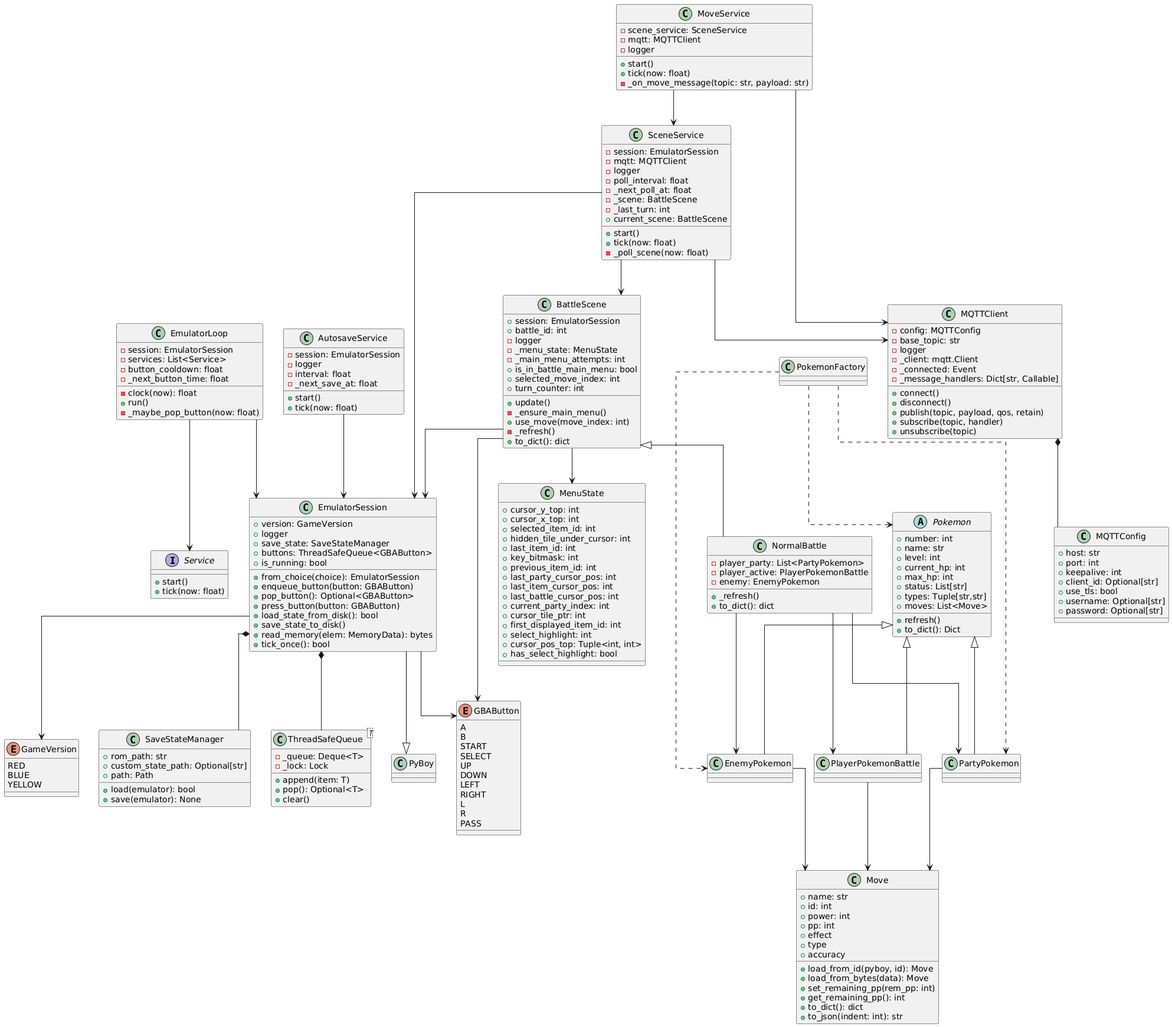
Earlier version of the PlantUML export doc/UML_CLASS.png (irdof321/pokemon-yellow-bot).
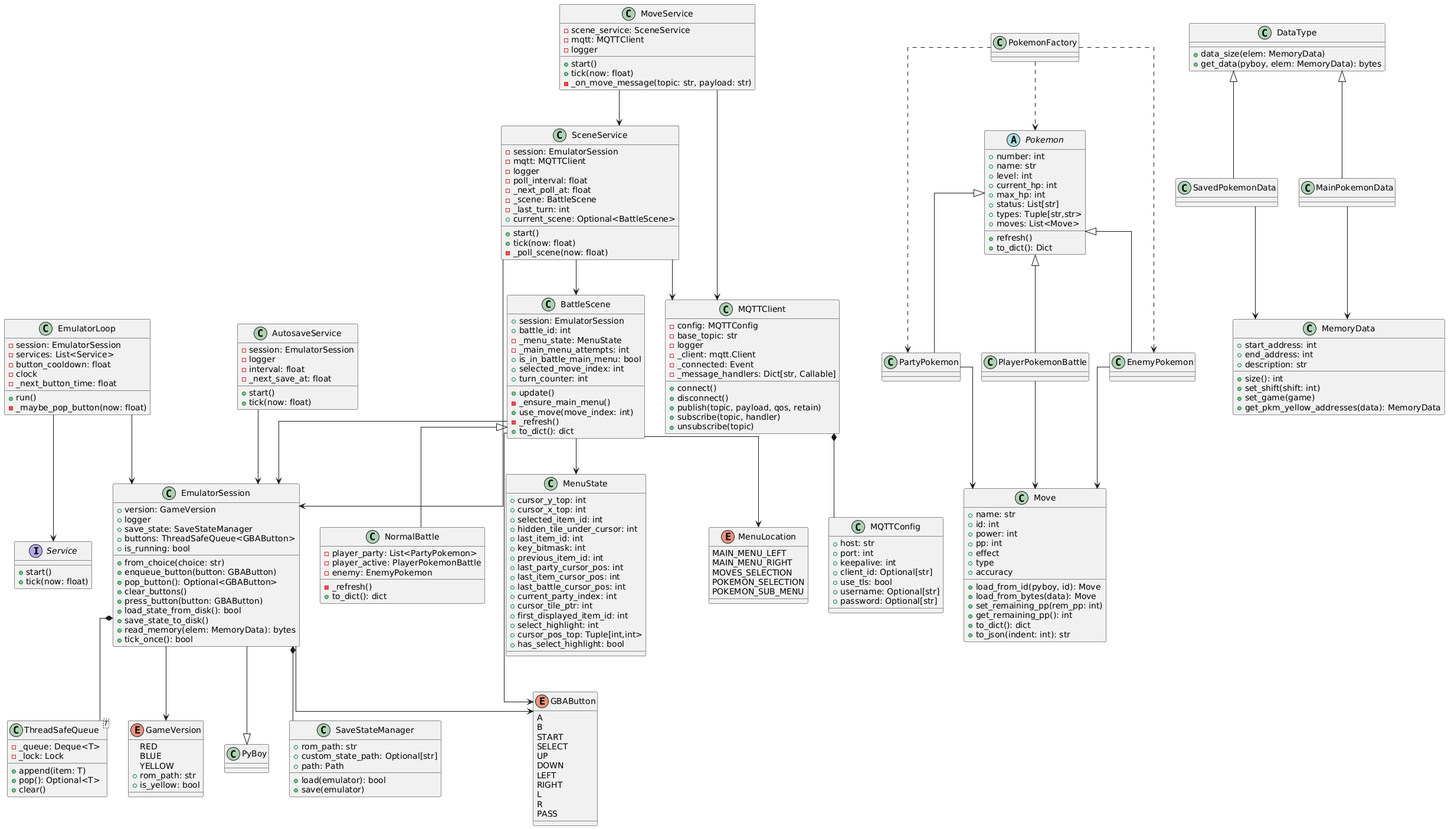
After the commit.

What changed in the source:
```diff
@@ -6,40 +6,14 @@
   +tick(now: float)
 }
 
-enum GameVersion {
-  RED
-  BLUE
-  YELLOW
-}
-
-enum GBAButton {
-  A
-  B
-  START
-  SELECT
-  UP
-  DOWN
-  LEFT
-  RIGHT
-  L
-  R
-  PASS
-}
-
-class SaveStateManager {
-  +rom_path: str
-  +custom_state_path: Optional[str]
-  +path: Path
-  +load(emulator): bool
-  +save(emulator): None
-}
-
-class "ThreadSafeQueue<T>" as ThreadSafeQueue {
-  -_queue: Deque<T>
-  -_lock: Lock
-  +append(item: T)
-  +pop(): Optional<T>
-  +clear()
+class EmulatorLoop {
+  -session: EmulatorSession
+  -services: List<Service>
+  -button_cooldown: float
+  -clock
+  -_next_button_time: float
+  +run()
+  -_maybe_pop_button(now: float)
 }
 
 class EmulatorSession {
@@ -48,9 +22,10 @@
   +save_state: SaveStateManager
   +buttons: ThreadSafeQueue<GBAButton>
   +is_running: bool
-  +from_choice(choice): EmulatorSession
+  +from_choice(choice: str)
   +enqueue_button(button: GBAButton)
   +pop_button(): Optional<GBAButton>
+  +clear_buttons()
   +press_button(button: GBAButton)
   +load_state_from_disk(): bool
   +save_state_to_disk()
@@ -58,22 +33,35 @@
   +tick_once(): bool
 }
 
+class SaveStateManager {
+  +rom_path: str
+  +custom_state_path: Optional[str]
+  +path: Path
+  +load(emulator): bool
+  +save(emulator)
+}
+
+class ThreadSafeQueue<T> {
+  -_queue: Deque<T>
+  -_lock: Lock
+  +append(item: T)
+  +pop(): Optional<T>
+  +clear()
+}
+
+enum GameVersion {
+  RED
+  BLUE
+  YELLOW
+  +rom_path: str
+  +is_yellow: bool
+}
+
 EmulatorSession --|> PyBoy
 EmulatorSession *-- SaveStateManager
 EmulatorSession *-- ThreadSafeQueue
 EmulatorSession --> GameVersion
 EmulatorSession --> GBAButton
-
-class EmulatorLoop {
-  -session: EmulatorSession
-  -services: List<Service>
-  -button_cooldown: float
-  -clock(now): float
-  -_next_button_time: float
-  +run()
-  -_maybe_pop_button(now: float)
-}
-
 EmulatorLoop --> EmulatorSession
 EmulatorLoop --> Service
 
@@ -86,7 +74,35 @@
   +tick(now: float)
 }
 
+class SceneService {
+  -session: EmulatorSession
+  -mqtt: MQTTClient
+  -logger
+  -poll_interval: float
+  -_next_poll_at: float
+  -_scene: BattleScene
+  -_last_turn: int
+  +start()
+  +tick(now: float)
+  -_poll_scene(now: float)
+  +current_scene: Optional<BattleScene>
+}
+
+class MoveService {
+  -scene_service: SceneService
+  -mqtt: MQTTClient
+  -logger
+  +start()
+  +tick(now: float)
+  -_on_move_message(topic: str, payload: str)
+}
+
 AutosaveService --> EmulatorSession
+SceneService --> EmulatorSession
+SceneService --> MQTTClient
+SceneService --> BattleScene
+MoveService --> SceneService
+MoveService --> MQTTClient
 
 class MQTTConfig {
   +host: str
@@ -114,40 +130,17 @@
 
 MQTTClient *-- MQTTConfig
 
-class SceneService {
-  -session: EmulatorSession
-  -mqtt: MQTTClient
-  -logger
-  -poll_interval: float
-  -_next_poll_at: float
-  -_scene: BattleScene
-  -_last_turn: int
-  +start()
-  +tick(now: float)
-  -_poll_scene(now: float)
-  +current_scene: BattleScene
+enum MenuLocation {
+  MAIN_MENU_LEFT
+  MAIN_MENU_RIGHT
+  MOVES_SELECTION
+  POKEMON_SELECTION
+  POKEMON_SUB_MENU
 }
-
-SceneService --> EmulatorSession
-SceneService --> MQTTClient
-SceneService --> BattleScene
-
-class MoveService {
-  -scene_service: SceneService
-  -mqtt: MQTTClient
-  -logger
-  +start()
-  +tick(now: float)
-  -_on_move_message(topic: str, payload: str)
-}
-
-MoveService --> SceneService
-MoveService --> MQTTClient
 
 class BattleScene {
   +session: EmulatorSession
   +battle_id: int
-  -logger
   -_menu_state: MenuState
   -_main_menu_attempts: int
   +update()
@@ -164,17 +157,15 @@
   -player_party: List<PartyPokemon>
   -player_active: PlayerPokemonBattle
   -enemy: EnemyPokemon
-  +_refresh()
+  -_refresh()
   +to_dict(): dict
 }
 
 BattleScene <|-- NormalBattle
 BattleScene --> EmulatorSession
 BattleScene --> MenuState
+BattleScene --> MenuLocation
 BattleScene --> GBAButton
-NormalBattle --> PartyPokemon
-NormalBattle --> PlayerPokemonBattle
-NormalBattle --> EnemyPokemon
 
 class MenuState {
   +cursor_y_top: int
@@ -191,7 +182,7 @@
   +cursor_tile_ptr: int
   +first_displayed_item_id: int
   +select_highlight: int
-  +cursor_pos_top: Tuple<int, int>
+  +cursor_pos_top: Tuple[int,int>
   +has_select_highlight: bool
 }
 
@@ -218,7 +209,7 @@
   +current_hp: int
   +max_hp: int
   +status: List[str]
-  +types: Tuple[str,str]
+  +types: Tuple[str,str>
   +moves: List<Move>
   +refresh()
   +to_dict(): Dict
@@ -238,4 +229,41 @@
 PokemonFactory ..> EnemyPokemon
 PokemonFactory ..> PartyPokemon
 PokemonFactory ..> Pokemon
+
+class MemoryData {
+  +start_address: int
+  +end_address: int
+  +description: str
+  +size(): int
+  +set_shift(shift: int)
+  +set_game(game)
+  +get_pkm_yellow_addresses(data): MemoryData
+}
+
+class DataType {
+  +data_size(elem: MemoryData)
+  +get_data(pyboy, elem: MemoryData): bytes
+}
+
+class SavedPokemonData
+class MainPokemonData
+
+DataType <|-- SavedPokemonData
+DataType <|-- MainPokemonData
+SavedPokemonData --> MemoryData
+MainPokemonData --> MemoryData
+
+enum GBAButton {
+  A
+  B
+  START
+  SELECT
+  UP
+  DOWN
+  LEFT
+  RIGHT
+  L
+  R
+  PASS
+}
 @enduml
```
